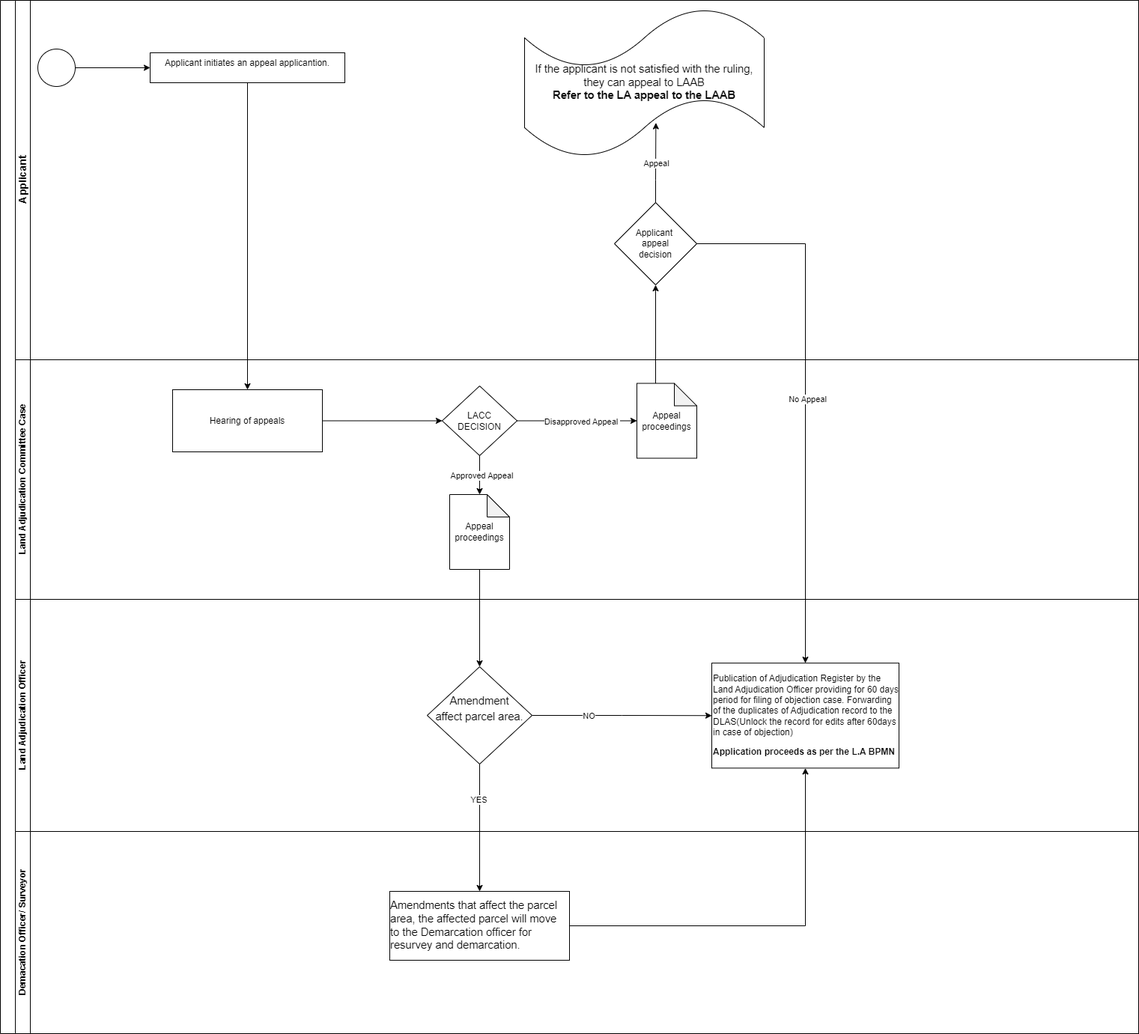
The draw.io diagram Land Adjudication Appeal to the LACC.drawio.png in geoprojectke/BPMN, before a commit. Source tidied: cells renumbered, new cells last; positions are measured from the earlier drawing's top-left corner, leaving out a move shared by most shapes. Source of this version:
```xml
<mxGraphModel>
  <root>
    <mxCell id="0" />
    <mxCell id="1" parent="0" />
    <mxCell id="2" style="swimlane;html=1;horizontal=0;startSize=20;whiteSpace=wrap;" parent="1" vertex="1">
      <mxGeometry width="1520" height="1380" as="geometry" />
    </mxCell>
    <mxCell id="3" value="&lt;font style=&quot;font-size: 14px;&quot;&gt;Applicant&lt;/font&gt;" style="swimlane;html=1;startSize=20;horizontal=0;" parent="2" vertex="1">
      <mxGeometry x="20" width="1500" height="480" as="geometry" />
    </mxCell>
    <mxCell id="4" style="edgeStyle=orthogonalEdgeStyle;rounded=0;jettySize=auto;html=1;exitX=1;exitY=0.5;exitDx=0;exitDy=0;exitPerimeter=0;entryX=0;entryY=0.5;entryDx=0;entryDy=0;" parent="3" edge="1" source="5" target="6">
      <mxGeometry relative="1" as="geometry" />
    </mxCell>
    <mxCell id="5" style="points=[[0.145,0.145,0],[0.5,0,0],[0.855,0.145,0],[1,0.5,0],[0.855,0.855,0],[0.5,1,0],[0.145,0.855,0],[0,0.5,0]];shape=mxgraph.bpmn.event;html=1;verticalLabelPosition=bottom;labelBackgroundColor=#ffffff;verticalAlign=top;align=center;perimeter=ellipsePerimeter;outlineConnect=0;outline=standard;symbol=general;" parent="3" vertex="1">
      <mxGeometry x="30" y="65" width="50" height="50" as="geometry" />
    </mxCell>
    <mxCell id="6" value="&lt;div style=&quot;&quot;&gt;&lt;span style=&quot;background-color: initial;&quot;&gt;Applicant initiates an appeal applicantion.&lt;/span&gt;&lt;/div&gt;" style="whiteSpace=wrap;html=1;verticalAlign=top;align=center;" parent="3" vertex="1">
      <mxGeometry x="180" y="70" width="260" height="40" as="geometry" />
    </mxCell>
    <mxCell id="7" value="&lt;span id=&quot;docs-internal-guid-db0c2f5f-7fff-f415-b782-565040d1eb2e&quot;&gt;&lt;span style=&quot;font-size: 11pt; font-family: Arial, sans-serif; background-color: transparent; font-variant-numeric: normal; font-variant-east-asian: normal; font-variant-alternates: normal; font-variant-position: normal; vertical-align: baseline; white-space-collapse: preserve;&quot;&gt;If the applicant is not satisfied with the ruling, they can appeal to LAAB&lt;/span&gt;&lt;/span&gt;&lt;div&gt;&lt;span&gt;&lt;span style=&quot;font-size: 11pt; font-family: Arial, sans-serif; background-color: transparent; font-variant-numeric: normal; font-variant-east-asian: normal; font-variant-alternates: normal; font-variant-position: normal; vertical-align: baseline; white-space-collapse: preserve;&quot;&gt;&lt;b&gt;Refer to the LA appeal to the LAAB&lt;/b&gt;&lt;/span&gt;&lt;/span&gt;&lt;/div&gt;" style="shape=tape;whiteSpace=wrap;html=1;" parent="3" vertex="1">
      <mxGeometry x="680" y="10" width="320" height="200" as="geometry" />
    </mxCell>
    <mxCell id="8" value="Applicant&amp;nbsp;&lt;div&gt;appeal&lt;div&gt;decision&lt;/div&gt;&lt;/div&gt;" style="rhombus;whiteSpace=wrap;html=1;" parent="3" vertex="1">
      <mxGeometry x="800" y="270" width="110" height="110" as="geometry" />
    </mxCell>
    <mxCell id="9" style="edgeStyle=orthogonalEdgeStyle;rounded=0;jettySize=auto;html=1;exitX=0.5;exitY=0;exitDx=0;exitDy=0;entryX=0.548;entryY=0.768;entryDx=0;entryDy=0;entryPerimeter=0;" parent="3" edge="1" source="8" target="7">
      <mxGeometry relative="1" as="geometry" />
    </mxCell>
    <mxCell id="10" value="Appeal" style="edgeLabel;html=1;align=center;verticalAlign=middle;" parent="9" vertex="1">
      <mxGeometry x="-0.01" relative="1" as="geometry" />
    </mxCell>
    <mxCell id="11" value="Land Adjudication Committee Case" style="swimlane;html=1;startSize=20;horizontal=0;" parent="2" vertex="1">
      <mxGeometry x="20" y="480" width="1500" height="320" as="geometry" />
    </mxCell>
    <mxCell id="12" style="edgeStyle=orthogonalEdgeStyle;rounded=0;jettySize=auto;html=1;exitX=1;exitY=0.5;exitDx=0;exitDy=0;entryX=0;entryY=0.5;entryDx=0;entryDy=0;" parent="11" edge="1" source="13" target="14">
      <mxGeometry relative="1" as="geometry" />
    </mxCell>
    <mxCell id="13" value="Hearing of appeals" style="whiteSpace=wrap;html=1;" parent="11" vertex="1">
      <mxGeometry x="210" y="40" width="200" height="83" as="geometry" />
    </mxCell>
    <mxCell id="14" value="LACC&lt;div&gt;DECISION&lt;/div&gt;" style="rhombus;whiteSpace=wrap;html=1;" parent="11" vertex="1">
      <mxGeometry x="570" y="35" width="100" height="93" as="geometry" />
    </mxCell>
    <mxCell id="15" value="Appeal proceedings" style="shape=note;whiteSpace=wrap;html=1;backgroundOutline=1;darkOpacity=0.05;" parent="11" vertex="1">
      <mxGeometry x="830" y="31.5" width="80" height="100" as="geometry" />
    </mxCell>
    <mxCell id="16" style="edgeStyle=orthogonalEdgeStyle;rounded=0;jettySize=auto;html=1;exitX=1;exitY=0.5;exitDx=0;exitDy=0;entryX=0;entryY=0.5;entryDx=0;entryDy=0;entryPerimeter=0;" parent="11" edge="1" source="14" target="15">
      <mxGeometry relative="1" as="geometry" />
    </mxCell>
    <mxCell id="17" value="Disapproved Appeal&amp;nbsp;" style="edgeLabel;html=1;align=center;verticalAlign=middle;" parent="16" vertex="1">
      <mxGeometry x="0.07" y="-1" relative="1" as="geometry" />
    </mxCell>
    <mxCell id="18" value="Appeal proceedings" style="shape=note;whiteSpace=wrap;html=1;backgroundOutline=1;darkOpacity=0.05;" parent="11" vertex="1">
      <mxGeometry x="580" y="180" width="80" height="100" as="geometry" />
    </mxCell>
    <mxCell id="19" style="edgeStyle=orthogonalEdgeStyle;rounded=0;jettySize=auto;html=1;exitX=0.5;exitY=1;exitDx=0;exitDy=0;entryX=0.5;entryY=0;entryDx=0;entryDy=0;entryPerimeter=0;" parent="11" edge="1" source="14" target="18">
      <mxGeometry relative="1" as="geometry" />
    </mxCell>
    <mxCell id="20" value="Approved Appeal" style="edgeLabel;html=1;align=center;verticalAlign=middle;" parent="19" vertex="1">
      <mxGeometry x="0.01" y="2" relative="1" as="geometry" />
    </mxCell>
    <mxCell id="21" value="Land Adjudication Officer" style="swimlane;html=1;startSize=20;horizontal=0;" parent="2" vertex="1">
      <mxGeometry x="20" y="800" width="1500" height="310" as="geometry" />
    </mxCell>
    <mxCell id="22" style="edgeStyle=orthogonalEdgeStyle;rounded=0;jettySize=auto;html=1;exitX=1;exitY=0.5;exitDx=0;exitDy=0;entryX=0;entryY=0.5;entryDx=0;entryDy=0;" parent="21" edge="1" source="25" target="24">
      <mxGeometry relative="1" as="geometry" />
    </mxCell>
    <mxCell id="23" value="NO" style="edgeLabel;html=1;align=center;verticalAlign=middle;" parent="22" vertex="1">
      <mxGeometry x="-0.38" relative="1" as="geometry" />
    </mxCell>
    <mxCell id="24" value="&lt;p class=&quot;MsoNormal&quot;&gt;&lt;span lang=&quot;EN-GB&quot;&gt;Publication of Adjudication Register by the Land Adjudication Officer providing for 60 days period for filing of objection case. Forwarding of the duplicates of Adjudication record to the DLAS(Unlock the record for edits after 60days in case of objection)&lt;/span&gt;&lt;/p&gt;&lt;p class=&quot;MsoNormal&quot;&gt;&lt;span lang=&quot;EN-GB&quot;&gt;&lt;b&gt;Application proceeds as per the L.A BPMN&lt;/b&gt;&lt;/span&gt;&lt;/p&gt;" style="rounded=0;whiteSpace=wrap;html=1;align=left;" parent="21" vertex="1">
      <mxGeometry x="930" y="85.1" width="250" height="140.2" as="geometry" />
    </mxCell>
    <mxCell id="25" value="&lt;p style=&quot;line-height: 1.38; margin-top: 0pt; margin-bottom: 0pt;&quot; dir=&quot;ltr&quot;&gt;&lt;span style=&quot;font-size: 11pt; font-family: Arial, sans-serif; background-color: transparent; font-variant-numeric: normal; font-variant-east-asian: normal; font-variant-alternates: normal; font-variant-position: normal; vertical-align: baseline; white-space-collapse: preserve;&quot;&gt;Amendment&lt;/span&gt;&lt;/p&gt;&lt;p style=&quot;line-height: 1.38; margin-top: 0pt; margin-bottom: 0pt;&quot; dir=&quot;ltr&quot;&gt;&lt;span style=&quot;font-size: 11pt; font-family: Arial, sans-serif; background-color: transparent; font-variant-numeric: normal; font-variant-east-asian: normal; font-variant-alternates: normal; font-variant-position: normal; vertical-align: baseline; white-space-collapse: preserve;&quot;&gt;affect parcel area.&lt;/span&gt;&lt;/p&gt;&lt;div&gt;&lt;span style=&quot;font-size: 11pt; font-family: Arial, sans-serif; background-color: transparent; font-variant-numeric: normal; font-variant-east-asian: normal; font-variant-alternates: normal; font-variant-position: normal; vertical-align: baseline; white-space-collapse: preserve;&quot;&gt;&lt;br&gt;&lt;/span&gt;&lt;/div&gt;" style="rhombus;whiteSpace=wrap;html=1;" parent="21" vertex="1">
      <mxGeometry x="550" y="90" width="140" height="130" as="geometry" />
    </mxCell>
    <mxCell id="26" value="Demacation Officer/ Surveyor" style="swimlane;html=1;startSize=20;horizontal=0;" parent="2" vertex="1">
      <mxGeometry x="20" y="1110" width="1500" height="270" as="geometry" />
    </mxCell>
    <mxCell id="27" style="edgeStyle=orthogonalEdgeStyle;rounded=0;orthogonalLoop=1;jettySize=auto;html=1;exitX=0.5;exitY=1;exitDx=0;exitDy=0;" parent="26" edge="1">
      <mxGeometry relative="1" as="geometry">
        <mxPoint x="1880" y="166" as="targetPoint" />
      </mxGeometry>
    </mxCell>
    <mxCell id="28" value="Rejects" style="edgeLabel;html=1;align=center;verticalAlign=middle;" parent="27" vertex="1">
      <mxGeometry x="-0.29" y="-3" relative="1" as="geometry" />
    </mxCell>
    <mxCell id="29" value="&lt;div style=&quot;text-align: left;&quot;&gt;&lt;span id=&quot;docs-internal-guid-d6d3c011-7fff-b26b-1240-02130e1e9896&quot;&gt;&lt;span style=&quot;font-size: 11pt; font-family: Arial, sans-serif; background-color: transparent; font-variant-numeric: normal; font-variant-east-asian: normal; font-variant-alternates: normal; font-variant-position: normal; vertical-align: baseline; white-space-collapse: preserve;&quot;&gt;Amendments that affect the parcel area, the affected parcel will move to the Demarcation officer for resurvey and demarcation.&lt;/span&gt;&lt;/span&gt;&lt;br&gt;&lt;/div&gt;" style="whiteSpace=wrap;html=1;" parent="26" vertex="1">
      <mxGeometry x="500" y="80" width="240" height="92" as="geometry" />
    </mxCell>
    <mxCell id="30" style="edgeStyle=orthogonalEdgeStyle;rounded=0;jettySize=auto;html=1;exitX=0.5;exitY=1;exitDx=0;exitDy=0;" parent="2" edge="1" source="6" target="13">
      <mxGeometry relative="1" as="geometry" />
    </mxCell>
    <mxCell id="31" style="edgeStyle=orthogonalEdgeStyle;rounded=0;jettySize=auto;html=1;exitX=0.5;exitY=1;exitDx=0;exitDy=0;exitPerimeter=0;" parent="2" edge="1" source="18" target="25">
      <mxGeometry relative="1" as="geometry" />
    </mxCell>
    <mxCell id="32" style="edgeStyle=orthogonalEdgeStyle;rounded=0;jettySize=auto;html=1;entryX=0.5;entryY=0;entryDx=0;entryDy=0;exitX=0.5;exitY=1;exitDx=0;exitDy=0;" parent="2" edge="1" source="25" target="29">
      <mxGeometry relative="1" as="geometry" />
    </mxCell>
    <mxCell id="33" value="YES" style="edgeLabel;html=1;align=center;verticalAlign=middle;" parent="32" vertex="1">
      <mxGeometry x="-0.45" y="-2" relative="1" as="geometry" />
    </mxCell>
    <mxCell id="34" style="edgeStyle=orthogonalEdgeStyle;rounded=0;jettySize=auto;html=1;exitX=1;exitY=0.5;exitDx=0;exitDy=0;entryX=0.5;entryY=1;entryDx=0;entryDy=0;" parent="2" edge="1" source="29" target="24">
      <mxGeometry relative="1" as="geometry" />
    </mxCell>
    <mxCell id="35" style="edgeStyle=orthogonalEdgeStyle;rounded=0;jettySize=auto;html=1;exitX=0;exitY=0;exitDx=25;exitDy=0;exitPerimeter=0;entryX=0.5;entryY=1;entryDx=0;entryDy=0;" parent="2" edge="1" source="15" target="8">
      <mxGeometry relative="1" as="geometry" />
    </mxCell>
    <mxCell id="36" style="edgeStyle=orthogonalEdgeStyle;rounded=0;jettySize=auto;html=1;exitX=1;exitY=0.5;exitDx=0;exitDy=0;entryX=0.5;entryY=0;entryDx=0;entryDy=0;" parent="2" edge="1" source="8" target="24">
      <mxGeometry relative="1" as="geometry" />
    </mxCell>
    <mxCell id="37" value="No Appeal" style="edgeLabel;html=1;align=center;verticalAlign=middle;" parent="36" vertex="1">
      <mxGeometry y="2" relative="1" as="geometry" />
    </mxCell>
  </root>
</mxGraphModel>
```
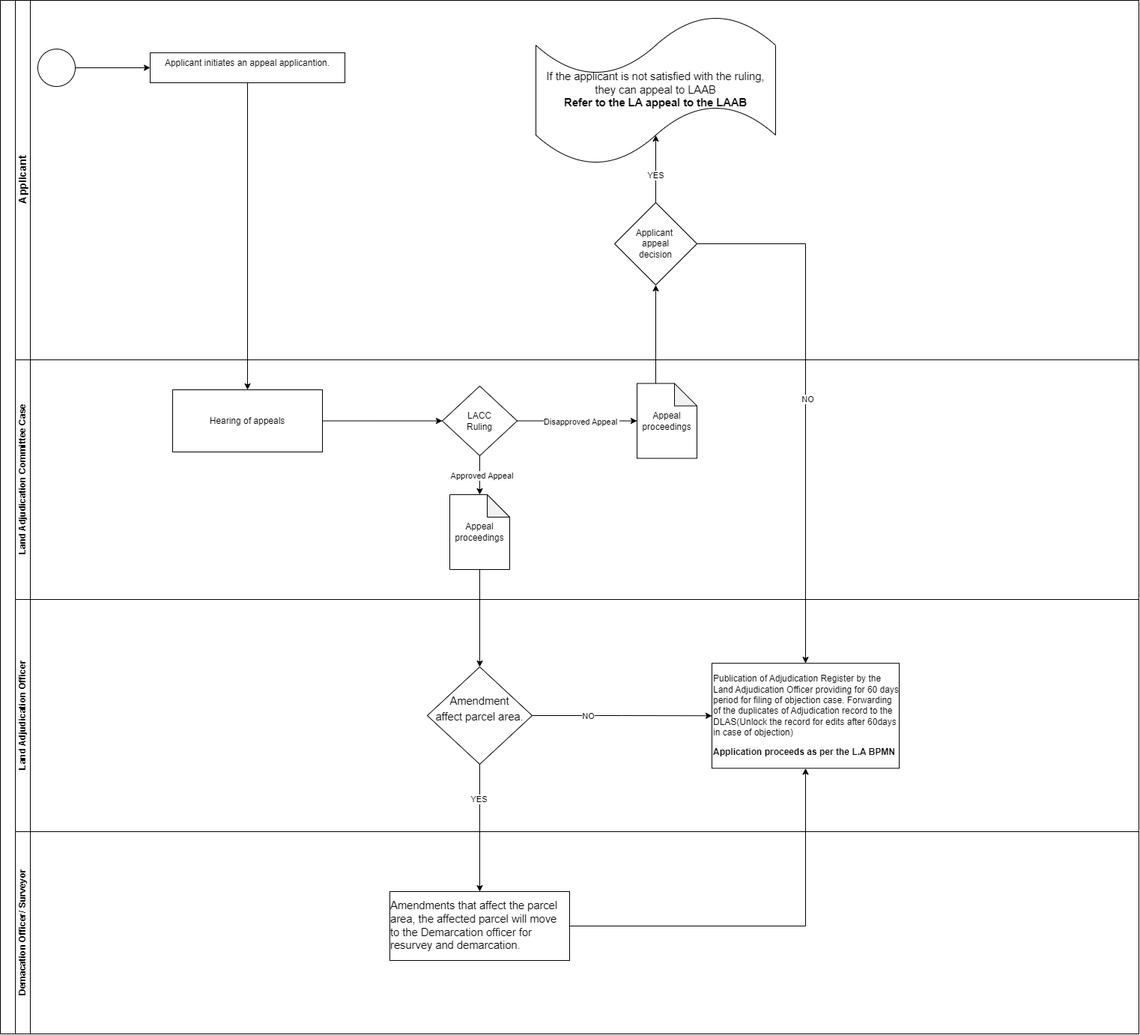
The same diagram one commit later.

Change to the diagram source:
```diff
@@ -18,17 +18,17 @@
       <mxGeometry x="180" y="70" width="260" height="40" as="geometry" />
     </mxCell>
     <mxCell id="7" value="&lt;span id=&quot;docs-internal-guid-db0c2f5f-7fff-f415-b782-565040d1eb2e&quot;&gt;&lt;span style=&quot;font-size: 11pt; font-family: Arial, sans-serif; background-color: transparent; font-variant-numeric: normal; font-variant-east-asian: normal; font-variant-alternates: normal; font-variant-position: normal; vertical-align: baseline; white-space-collapse: preserve;&quot;&gt;If the applicant is not satisfied with the ruling, they can appeal to LAAB&lt;/span&gt;&lt;/span&gt;&lt;div&gt;&lt;span&gt;&lt;span style=&quot;font-size: 11pt; font-family: Arial, sans-serif; background-color: transparent; font-variant-numeric: normal; font-variant-east-asian: normal; font-variant-alternates: normal; font-variant-position: normal; vertical-align: baseline; white-space-collapse: preserve;&quot;&gt;&lt;b&gt;Refer to the LA appeal to the LAAB&lt;/b&gt;&lt;/span&gt;&lt;/span&gt;&lt;/div&gt;" style="shape=tape;whiteSpace=wrap;html=1;" parent="3" vertex="1">
-      <mxGeometry x="680" y="10" width="320" height="200" as="geometry" />
+      <mxGeometry x="695" y="20" width="320" height="200" as="geometry" />
     </mxCell>
     <mxCell id="8" value="Applicant&amp;nbsp;&lt;div&gt;appeal&lt;div&gt;decision&lt;/div&gt;&lt;/div&gt;" style="rhombus;whiteSpace=wrap;html=1;" parent="3" vertex="1">
       <mxGeometry x="800" y="270" width="110" height="110" as="geometry" />
     </mxCell>
-    <mxCell id="9" style="edgeStyle=orthogonalEdgeStyle;rounded=0;jettySize=auto;html=1;exitX=0.5;exitY=0;exitDx=0;exitDy=0;entryX=0.548;entryY=0.768;entryDx=0;entryDy=0;entryPerimeter=0;" parent="3" edge="1" source="8" target="7">
+    <mxCell id="9" style="edgeStyle=orthogonalEdgeStyle;rounded=0;jettySize=auto;html=1;exitX=0.5;exitY=0;exitDx=0;exitDy=0;entryX=0.5;entryY=0.8;entryDx=0;entryDy=0;entryPerimeter=0;" parent="3" edge="1" source="8" target="7">
       <mxGeometry relative="1" as="geometry" />
     </mxCell>
-    <mxCell id="10" value="Appeal" style="edgeLabel;html=1;align=center;verticalAlign=middle;" parent="9" vertex="1">
-      <mxGeometry x="-0.01" relative="1" as="geometry" />
-    </mxCell>
+    <mxCell id="38" value="YES" style="edgeLabel;html=1;align=center;verticalAlign=middle;" parent="9" vertex="1">
+      <mxGeometry x="-0.18" y="1" relative="1" as="geometry" />
+    </mxCell>
     <mxCell id="11" value="Land Adjudication Committee Case" style="swimlane;html=1;startSize=20;horizontal=0;" parent="2" vertex="1">
       <mxGeometry x="20" y="480" width="1500" height="320" as="geometry" />
     </mxCell>
@@ -38,7 +38,7 @@
     <mxCell id="13" value="Hearing of appeals" style="whiteSpace=wrap;html=1;" parent="11" vertex="1">
       <mxGeometry x="210" y="40" width="200" height="83" as="geometry" />
     </mxCell>
-    <mxCell id="14" value="LACC&lt;div&gt;DECISION&lt;/div&gt;" style="rhombus;whiteSpace=wrap;html=1;" parent="11" vertex="1">
+    <mxCell id="14" value="LACC&lt;div&gt;Ruling&lt;/div&gt;" style="rhombus;whiteSpace=wrap;html=1;" parent="11" vertex="1">
       <mxGeometry x="570" y="35" width="100" height="93" as="geometry" />
     </mxCell>
     <mxCell id="15" value="Appeal proceedings" style="shape=note;whiteSpace=wrap;html=1;backgroundOutline=1;darkOpacity=0.05;" parent="11" vertex="1">
@@ -109,7 +109,7 @@
     <mxCell id="36" style="edgeStyle=orthogonalEdgeStyle;rounded=0;jettySize=auto;html=1;exitX=1;exitY=0.5;exitDx=0;exitDy=0;entryX=0.5;entryY=0;entryDx=0;entryDy=0;" parent="2" edge="1" source="8" target="24">
       <mxGeometry relative="1" as="geometry" />
     </mxCell>
-    <mxCell id="37" value="No Appeal" style="edgeLabel;html=1;align=center;verticalAlign=middle;" parent="36" vertex="1">
+    <mxCell id="37" value="NO" style="edgeLabel;html=1;align=center;verticalAlign=middle;" parent="36" vertex="1">
       <mxGeometry y="2" relative="1" as="geometry" />
     </mxCell>
   </root>
```
